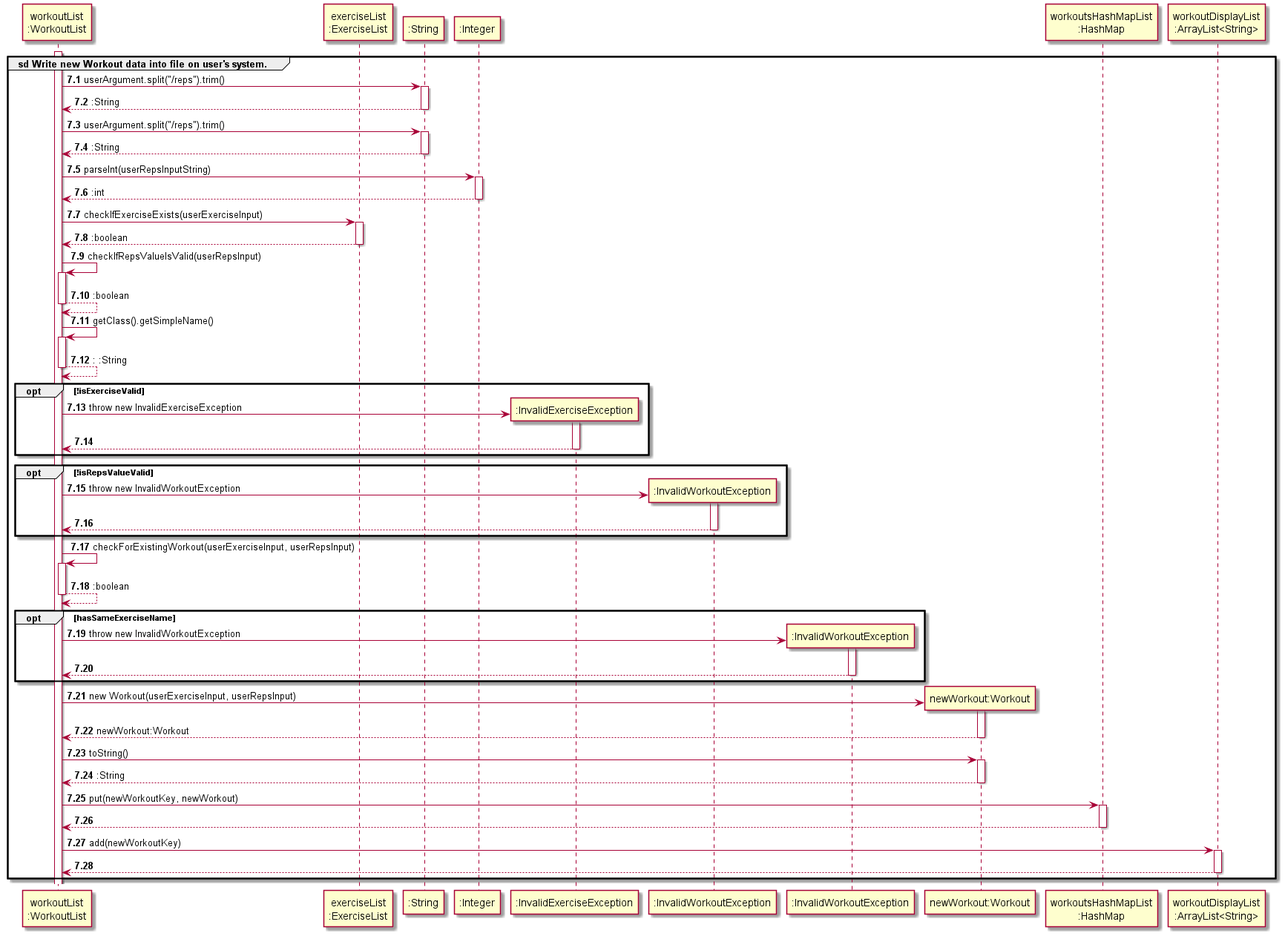
Above: docs/uml/sequenceDiagrams/images/CreateAndAddWorkout.png in nus-cs2113-AY2122S2/tp (PlantUML), before the change. The source it was exported from:
```plantuml
@startuml
!include ../Style.puml

autonumber 7.1

participant "workoutList\n:WorkoutList" AS wl
participant "exerciseList\n:ExerciseList" AS el

activate wl
group sd Write new Workout data into file on user's system.
wl -> ":String" : userArgument.split("/reps").trim()
activate ":String"
return :String
deactivate ":String"
wl -> ":String" : userArgument.split("/reps").trim()
activate ":String"
return :String
deactivate ":String"

wl -> ":Integer" :parseInt(userRepsInputString)
activate ":Integer"
return :int
deactivate ":Integer"

wl -> el : checkIfExerciseExists(userExerciseInput)
activate el
return :boolean
deactivate el

wl -> wl : checkIfRepsValueIsValid(userRepsInput)
activate wl
return :boolean


wl -> wl : getClass().getSimpleName()
activate wl
return : :String

opt !isExerciseValid
create ":InvalidExerciseException" AS iee
wl -> iee : throw new InvalidExerciseException
activate iee
return
end

opt !isRepsValueValid
create ":InvalidWorkoutException" AS iwe
wl -> iwe : throw new InvalidWorkoutException
activate iwe
return
end

wl -> wl : checkForExistingWorkout(userExerciseInput, userRepsInput)
activate wl
return :boolean

opt hasSameExerciseName
create ":InvalidWorkoutException" AS iwe2
wl -> iwe2 : throw new InvalidWorkoutException
activate iwe2
return
end

create "newWorkout:Workout" AS newWorkout
wl -> newWorkout : new Workout(userExerciseInput, userRepsInput)
activate newWorkout
return newWorkout:Workout

wl -> newWorkout : toString()
activate newWorkout
return :String

wl -> "workoutsHashMapList\n:HashMap" : put(newWorkoutKey, newWorkout)
activate "workoutsHashMapList\n:HashMap"
return

wl -> "workoutDisplayList\n:ArrayList<String>" : add(newWorkoutKey)
activate "workoutDisplayList\n:ArrayList<String>"
return

end
@enduml
```
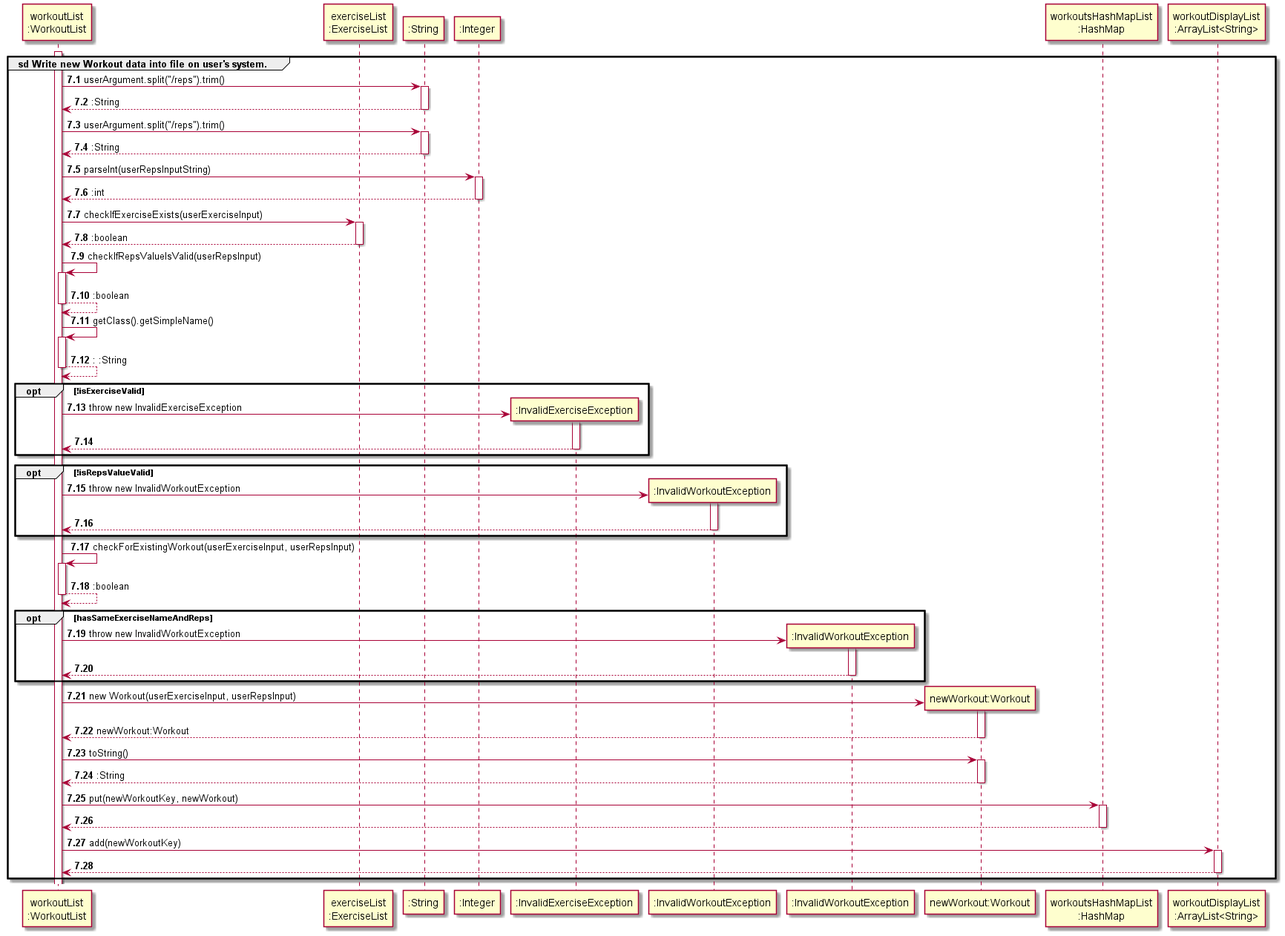
After the change.

Commit message:
Complete developer guide write-up for create new workout feature

Change to the diagram source:
```diff
@@ -54,7 +54,7 @@
 activate wl
 return :boolean
 
-opt hasSameExerciseName
+opt hasSameExerciseNameAndReps
 create ":InvalidWorkoutException" AS iwe2
 wl -> iwe2 : throw new InvalidWorkoutException
 activate iwe2
```
